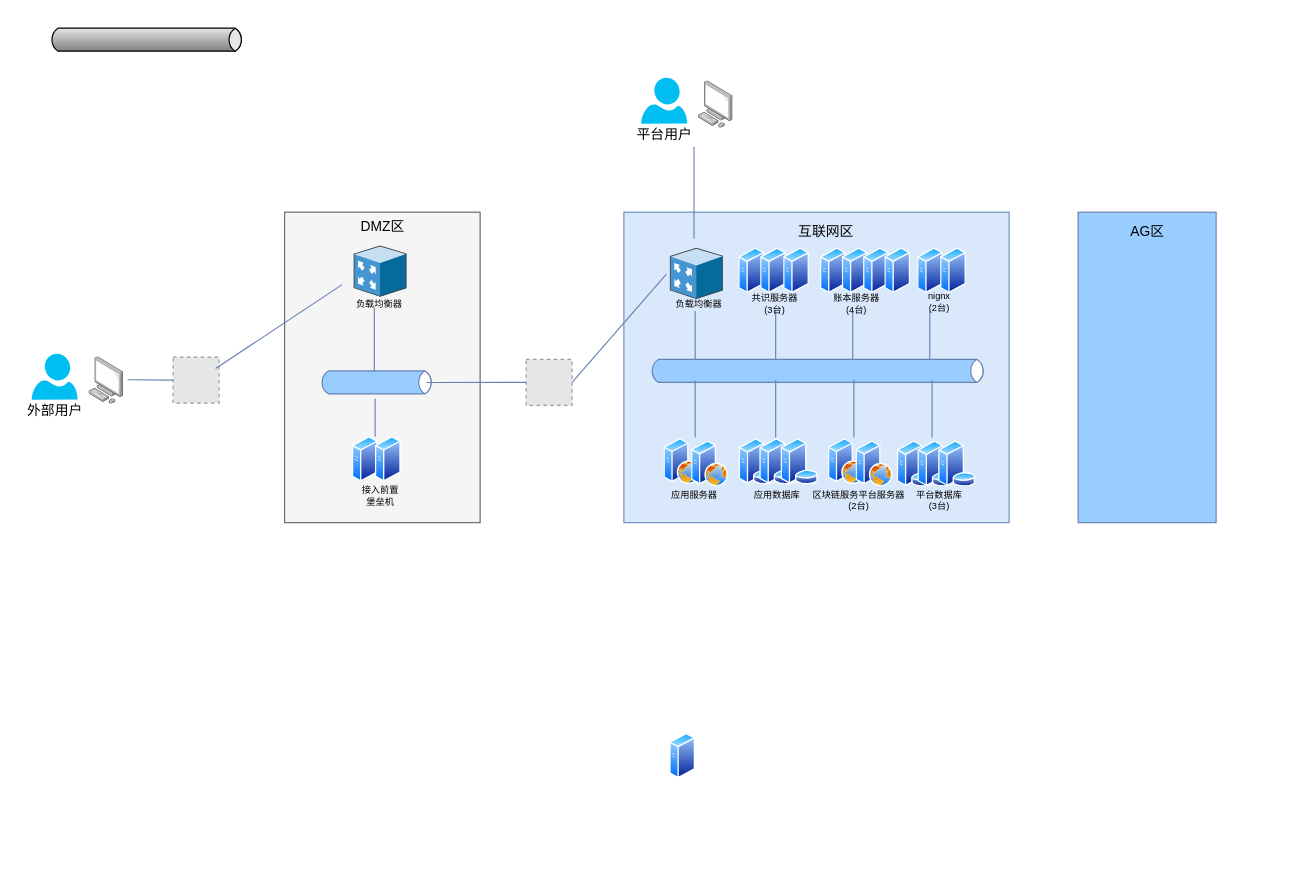
The draw.io diagram repository/drawio/postb/系统拓扑图.drawio in dilide/collections, before the edit. Source tidied: cells renumbered, new cells numbered last; positions are measured from the earlier drawing's top-left corner, leaving out a move shared by most shapes. Both pictures are drawn from the tidied source at 115%, with x=0, y=0 at pixel (20, 20). Pictures stored in the file or linked from it are replaced by grey dashed boxes.
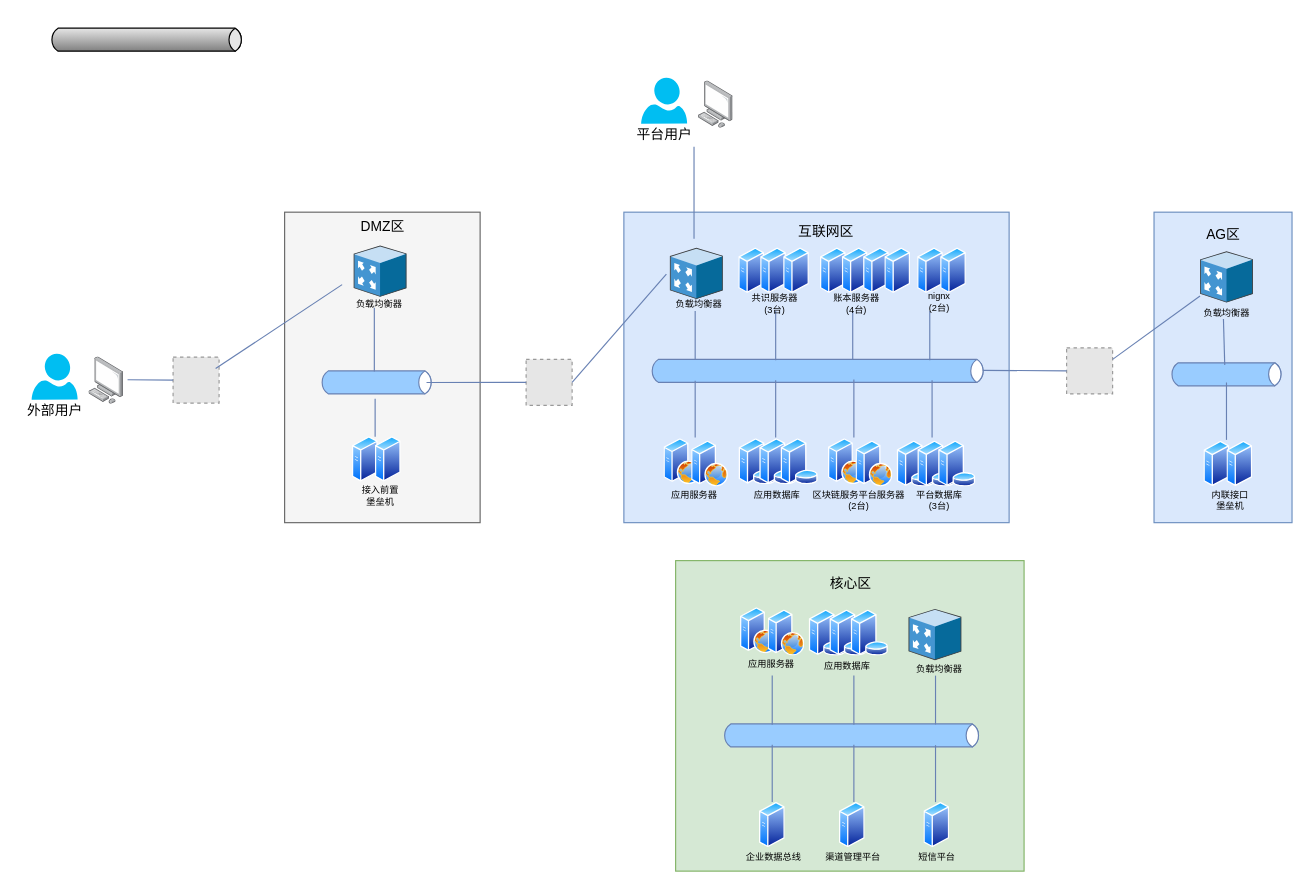
Above is the later version.

Commit message (it also covers changes not shown here):
Update 系统拓扑图.drawio

Unchanged cells that the change refers to:
```xml
<mxCell id="4" style="html=1;fillColor=#99CCFF;strokeColor=#6881B3;gradientColor=none;gradientDirection=north;strokeWidth=1;shape=mxgraph.networks.bus;gradientColor=none;gradientDirection=north;fontColor=#ffffff;perimeter=backbonePerimeter;backboneSize=20;align=center;fontSize=12;" parent="1" vertex="1">
  <mxGeometry x="547" y="300" width="293" height="10" as="geometry" />
</mxCell>
```

What changed in the source:
```diff
@@
-    <mxCell id="57" style="perimeter=ellipsePerimeter;html=1;align=center;shadow=0;dashed=0;spacingTop=3;image;image=img/lib/active_directory/generic_server.svg;strokeColor=#6881B3;strokeWidth=1;fillColor=#99CCFF;fontSize=8;" parent="1" vertex="1">
-      <mxGeometry x="565" y="620" width="22.4" height="40" as="geometry" />
-    </mxCell>
@@
-    <mxCell id="74" style="rounded=0;whiteSpace=wrap;html=1;strokeColor=#6881B3;strokeWidth=1;fillColor=#99CCFF;fontSize=8;align=center;" parent="1" vertex="1">
-      <mxGeometry x="920" y="167" width="120" height="270" as="geometry" />
+    <mxCell id="74" style="rounded=0;whiteSpace=wrap;html=1;strokeColor=#6c8ebf;strokeWidth=1;fillColor=#dae8fc;fontSize=8;align=center;" parent="1" vertex="1">
+      <mxGeometry x="986" y="167" width="120" height="270" as="geometry" />
     </mxCell>
     <mxCell id="75" value="AG区" style="text;html=1;align=center;verticalAlign=top;spacingTop=-4;fontSize=12;" parent="1" vertex="1">
-      <mxGeometry x="960" y="174" width="40" height="10" as="geometry" />
+      <mxGeometry x="1026" y="177" width="40" height="10" as="geometry" />
     </mxCell>
@@
+    <mxCell id="78" style="shadow=0;dashed=0;html=1;labelPosition=center;verticalLabelPosition=bottom;verticalAlign=top;align=center;outlineConnect=0;shape=mxgraph.veeam.3d.proxy_appliance;direction=east;" parent="1" vertex="1">
+      <mxGeometry x="1026" y="201" width="46" height="44.6" as="geometry" />
+    </mxCell>
+    <mxCell id="79" value="负载均衡器" style="text;html=1;points=[];align=center;verticalAlign=top;spacingTop=-4;fontSize=8;" parent="1" vertex="1">
+      <mxGeometry x="1019" y="248" width="60" height="10" as="geometry" />
+    </mxCell>
+    <mxCell id="80" style="html=1;fillColor=#99CCFF;strokeColor=#6881B3;gradientColor=none;gradientDirection=north;strokeWidth=1;shape=mxgraph.networks.bus;gradientColor=none;gradientDirection=north;fontColor=#ffffff;perimeter=backbonePerimeter;backboneSize=20;align=center;fontSize=12;" parent="1" vertex="1">
+      <mxGeometry x="999" y="303" width="100" height="10" as="geometry" />
+    </mxCell>
+    <mxCell id="81" style="fillColor=#E6E6E6;strokeColor=#999999;dashed=1;html=1;verticalAlign=top;verticalLabelPosition=bottom;labelBackgroundColor=#ffffff;fontSize=12;align=center;" parent="1" vertex="1">
+      <mxGeometry x="910" y="285" width="40" height="40" as="geometry" />
+    </mxCell>
+    <mxCell id="82" style="endArrow=none;html=1;strokeColor=#6881B3;strokeWidth=1;fontSize=8;exitX=0.99;exitY=0.453;exitDx=0;exitDy=0;exitPerimeter=0;entryX=0;entryY=0.5;entryDx=0;entryDy=0;" parent="1" edge="1" source="4" target="81">
+      <mxGeometry relative="1" as="geometry" />
+    </mxCell>
+    <mxCell id="83" style="endArrow=none;html=1;strokeColor=#6881B3;strokeWidth=1;fontSize=8;exitX=1;exitY=0.25;exitDx=0;exitDy=0;" parent="1" edge="1" source="81" target="78">
+      <mxGeometry relative="1" as="geometry" />
+    </mxCell>
+    <mxCell id="84" style="endArrow=none;html=1;strokeColor=#6881B3;strokeWidth=1;fontSize=8;exitX=0.485;exitY=-0.318;exitDx=0;exitDy=0;exitPerimeter=0;entryX=0.456;entryY=1.182;entryDx=0;entryDy=0;entryPerimeter=0;" parent="1" edge="1" source="80" target="79">
+      <mxGeometry relative="1" as="geometry" />
+    </mxCell>
+    <mxCell id="85" style="group;" parent="1" vertex="1">
+      <mxGeometry x="1029.5" y="366" width="42.4" height="40" as="geometry" />
+    </mxCell>
+    <mxCell id="86" style="perimeter=ellipsePerimeter;html=1;align=center;shadow=0;dashed=0;spacingTop=3;image;image=img/lib/active_directory/generic_server.svg;strokeColor=#6881B3;strokeWidth=1;fillColor=#99CCFF;fontSize=8;" parent="85" vertex="1">
+      <mxGeometry width="22.4" height="40" as="geometry" />
+    </mxCell>
+    <mxCell id="87" style="perimeter=ellipsePerimeter;html=1;align=center;shadow=0;dashed=0;spacingTop=3;image;image=img/lib/active_directory/generic_server.svg;strokeColor=#6881B3;strokeWidth=1;fillColor=#99CCFF;fontSize=8;" parent="85" vertex="1">
+      <mxGeometry x="20" width="22.4" height="40" as="geometry" />
+    </mxCell>
+    <mxCell id="88" value="内联接口&lt;br&gt;堡垒机" style="text;html=1;align=center;verticalAlign=top;spacingTop=-4;fontSize=8;" parent="1" vertex="1">
+      <mxGeometry x="1027" y="406" width="50" height="20" as="geometry" />
+    </mxCell>
+    <mxCell id="89" style="strokeColor=#6881B3;edgeStyle=none;rounded=0;endArrow=none;html=1;strokeWidth=1;fontSize=12;" parent="1" edge="1">
+      <mxGeometry relative="1" as="geometry">
+        <mxPoint x="1049" y="365" as="sourcePoint" />
+        <mxPoint x="1049" y="315.1" as="targetPoint" />
+        <Array as="points">
+          <mxPoint x="1049" y="342" />
+        </Array>
+      </mxGeometry>
+    </mxCell>
+    <mxCell id="90" style="rounded=0;whiteSpace=wrap;html=1;strokeColor=#82b366;strokeWidth=1;fillColor=#d5e8d4;fontSize=8;align=center;" parent="1" vertex="1">
+      <mxGeometry x="570" y="470" width="303" height="270" as="geometry" />
+    </mxCell>
+    <mxCell id="91" style="html=1;fillColor=#99CCFF;strokeColor=#6881B3;gradientColor=none;gradientDirection=north;strokeWidth=1;shape=mxgraph.networks.bus;gradientColor=none;gradientDirection=north;fontColor=#ffffff;perimeter=backbonePerimeter;backboneSize=20;align=center;" parent="1" vertex="1">
+      <mxGeometry x="610" y="612" width="226" height="20" as="geometry" />
+    </mxCell>
+    <mxCell id="92" style="strokeColor=#6881B3;edgeStyle=none;rounded=0;endArrow=none;html=1;strokeWidth=1;fontSize=8;" parent="1" edge="1">
+      <mxGeometry relative="1" as="geometry">
+        <mxPoint x="654" y="570" as="sourcePoint" />
+        <mxPoint x="654" y="612.7" as="targetPoint" />
+      </mxGeometry>
+    </mxCell>
+    <mxCell id="93" style="strokeColor=#6881B3;edgeStyle=none;rounded=0;endArrow=none;html=1;strokeWidth=1;fontSize=8;" parent="1" edge="1">
+      <mxGeometry relative="1" as="geometry">
+        <mxPoint x="725" y="570" as="sourcePoint" />
+        <mxPoint x="725" y="612.7" as="targetPoint" />
+      </mxGeometry>
+    </mxCell>
+    <mxCell id="94" style="strokeColor=#6881B3;edgeStyle=none;rounded=0;endArrow=none;html=1;strokeWidth=1;fontSize=8;" parent="1" edge="1" target="91">
+      <mxGeometry relative="1" as="geometry">
+        <mxPoint x="796" y="570" as="sourcePoint" />
+      </mxGeometry>
+    </mxCell>
+    <mxCell id="95" style="strokeColor=#6881B3;edgeStyle=none;rounded=0;endArrow=none;html=1;strokeWidth=1;fontSize=8;" parent="1" edge="1">
+      <mxGeometry relative="1" as="geometry">
+        <mxPoint x="654" y="680" as="sourcePoint" />
+        <mxPoint x="654" y="630.1" as="targetPoint" />
+      </mxGeometry>
+    </mxCell>
+    <mxCell id="96" style="strokeColor=#6881B3;edgeStyle=none;rounded=0;endArrow=none;html=1;strokeWidth=1;fontSize=8;" parent="1" edge="1">
+      <mxGeometry relative="1" as="geometry">
+        <mxPoint x="725" y="680" as="sourcePoint" />
+        <mxPoint x="725" y="630.1" as="targetPoint" />
+      </mxGeometry>
+    </mxCell>
+    <mxCell id="97" style="strokeColor=#6881B3;edgeStyle=none;rounded=0;endArrow=none;html=1;strokeWidth=1;fontSize=8;" parent="1" edge="1" target="91">
+      <mxGeometry relative="1" as="geometry">
+        <mxPoint x="796" y="680" as="sourcePoint" />
+      </mxGeometry>
+    </mxCell>
+    <mxCell id="98" style="shadow=0;dashed=0;html=1;labelPosition=center;verticalLabelPosition=bottom;verticalAlign=top;align=center;shape=mxgraph.veeam.3d.proxy_appliance;direction=east;" parent="1" vertex="1">
+      <mxGeometry x="772.5" y="512" width="46" height="44.6" as="geometry" />
+    </mxCell>
+    <mxCell id="99" value="负载均衡器" style="text;html=1;align=center;verticalAlign=top;spacingTop=-4;fontSize=8;" parent="1" vertex="1">
+      <mxGeometry x="768.5" y="557" width="60" height="10" as="geometry" />
+    </mxCell>
+    <mxCell id="100" style="perimeter=ellipsePerimeter;html=1;align=center;shadow=0;dashed=0;spacingTop=3;image;image=img/lib/active_directory/generic_server.svg;strokeColor=#6881B3;strokeWidth=1;fillColor=#99CCFF;fontSize=8;" parent="1" vertex="1">
+      <mxGeometry x="786" y="680" width="22.4" height="40" as="geometry" />
+    </mxCell>
+    <mxCell id="101" style="perimeter=ellipsePerimeter;html=1;align=center;shadow=0;dashed=0;spacingTop=3;image;image=img/lib/active_directory/generic_server.svg;strokeColor=#6881B3;strokeWidth=1;fillColor=#99CCFF;fontSize=8;" parent="1" vertex="1">
+      <mxGeometry x="712.5" y="680" width="22.4" height="40" as="geometry" />
+    </mxCell>
+    <mxCell id="102" value="短信平台" style="text;html=1;align=center;verticalAlign=top;spacingTop=-4;fontSize=8;" parent="1" vertex="1">
+      <mxGeometry x="772" y="721" width="50" height="10" as="geometry" />
+    </mxCell>
+    <mxCell id="103" value="渠道管理平台" style="text;html=1;align=center;verticalAlign=top;spacingTop=-4;fontSize=8;" parent="1" vertex="1">
+      <mxGeometry x="693.5" y="721" width="60" height="10" as="geometry" />
+    </mxCell>
+    <mxCell id="104" style="perimeter=ellipsePerimeter;html=1;align=center;shadow=0;dashed=0;spacingTop=3;image;image=img/lib/active_directory/generic_server.svg;strokeColor=#6881B3;strokeWidth=1;fillColor=#99CCFF;fontSize=8;" parent="1" vertex="1">
+      <mxGeometry x="643" y="680" width="22.4" height="40" as="geometry" />
+    </mxCell>
+    <mxCell id="105" value="企业数据总线" style="text;html=1;align=center;verticalAlign=top;spacingTop=-4;fontSize=8;" parent="1" vertex="1">
+      <mxGeometry x="624.5" y="721" width="60" height="10" as="geometry" />
+    </mxCell>
+    <mxCell id="106" style="group;" parent="1" vertex="1">
+      <mxGeometry x="626.5" y="511" width="56" height="40" as="geometry" />
+    </mxCell>
+    <mxCell id="107" style="perimeter=ellipsePerimeter;html=1;align=center;shadow=0;dashed=0;spacingTop=3;image;image=img/lib/active_directory/web_server.svg;strokeColor=#6881B3;strokeWidth=1;fillColor=#99CCFF;fontSize=12;" parent="106" vertex="1">
+      <mxGeometry width="32" height="40" as="geometry" />
+    </mxCell>
+    <mxCell id="108" style="perimeter=ellipsePerimeter;html=1;align=center;shadow=0;dashed=0;spacingTop=3;image;image=img/lib/active_directory/web_server.svg;strokeColor=#6881B3;strokeWidth=1;fillColor=#99CCFF;fontSize=12;" parent="106" vertex="1">
+      <mxGeometry x="24" y="2" width="32" height="40" as="geometry" />
+    </mxCell>
+    <mxCell id="109" value="应用服务器" style="text;html=1;align=center;verticalAlign=top;spacingTop=-4;fontSize=8;" parent="1" vertex="1">
+      <mxGeometry x="622.5" y="553" width="60" height="10" as="geometry" />
+    </mxCell>
+    <mxCell id="110" value="应用数据库" style="text;html=1;align=center;verticalAlign=top;spacingTop=-4;fontSize=8;" parent="1" vertex="1">
+      <mxGeometry x="689" y="555" width="60" height="10" as="geometry" />
+    </mxCell>
+    <mxCell id="111" style="perimeter=ellipsePerimeter;html=1;align=center;shadow=0;dashed=0;spacingTop=3;image;image=img/lib/active_directory/database_server.svg;strokeColor=#6881B3;strokeWidth=1;fillColor=#99CCFF;fontSize=8;" parent="1" vertex="1">
+      <mxGeometry x="686" y="513" width="32.8" height="40" as="geometry" />
+    </mxCell>
+    <mxCell id="112" style="perimeter=ellipsePerimeter;html=1;align=center;shadow=0;dashed=0;spacingTop=3;image;image=img/lib/active_directory/database_server.svg;strokeColor=#6881B3;strokeWidth=1;fillColor=#99CCFF;fontSize=8;" parent="1" vertex="1">
+      <mxGeometry x="704" y="513" width="32.8" height="40" as="geometry" />
+    </mxCell>
+    <mxCell id="113" style="perimeter=ellipsePerimeter;html=1;align=center;shadow=0;dashed=0;spacingTop=3;image;image=img/lib/active_directory/database_server.svg;strokeColor=#6881B3;strokeWidth=1;fillColor=#99CCFF;fontSize=8;" parent="1" vertex="1">
+      <mxGeometry x="722.5" y="513" width="32.8" height="40" as="geometry" />
+    </mxCell>
+    <mxCell id="114" value="核心区" style="text;html=1;align=center;verticalAlign=top;spacingTop=-4;fontSize=12;" parent="1" vertex="1">
+      <mxGeometry x="701.5" y="480" width="40" height="10" as="geometry" />
+    </mxCell>
```
